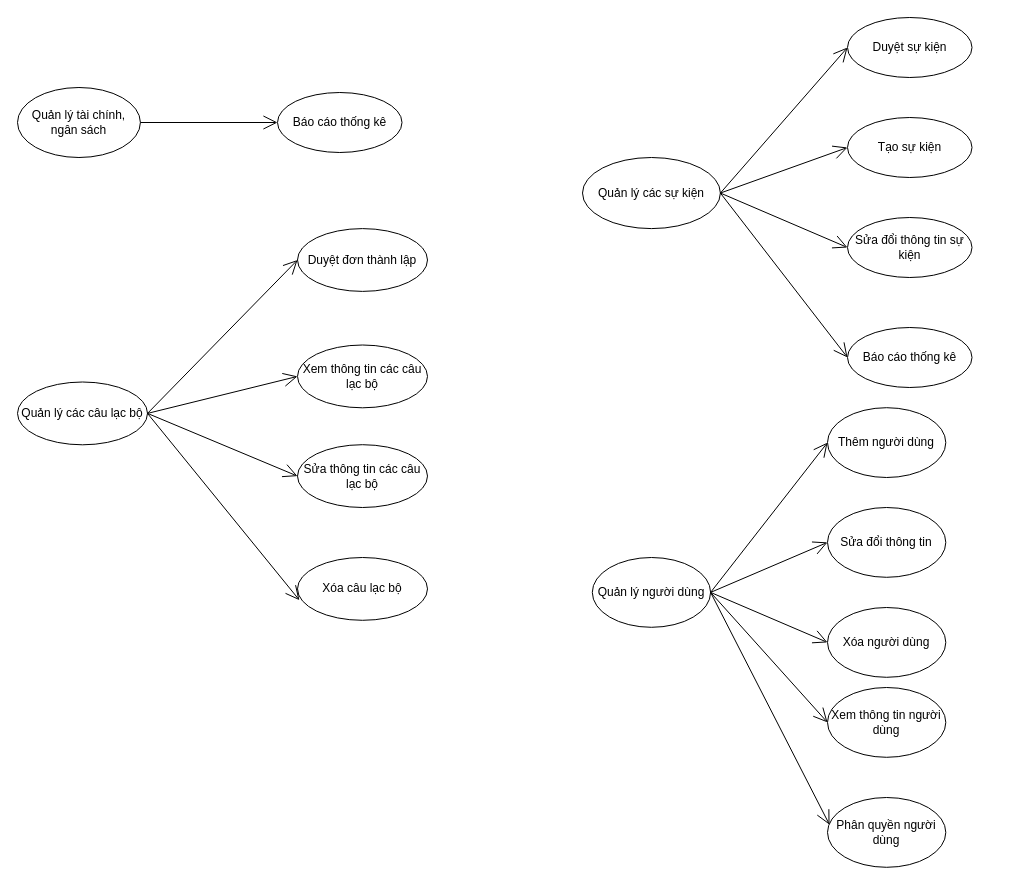
Above: page "event_content" (18 of 18) of Diagram.drawio in DnhTrn/finall_project (draw.io), before the change. Source tidied: cells renumbered, new cells numbered last; positions are measured from the earlier drawing's top-left corner, leaving out a move shared by most shapes. Both pictures are drawn from the tidied source at 100%, with x=0, y=0 at pixel (17, 17).
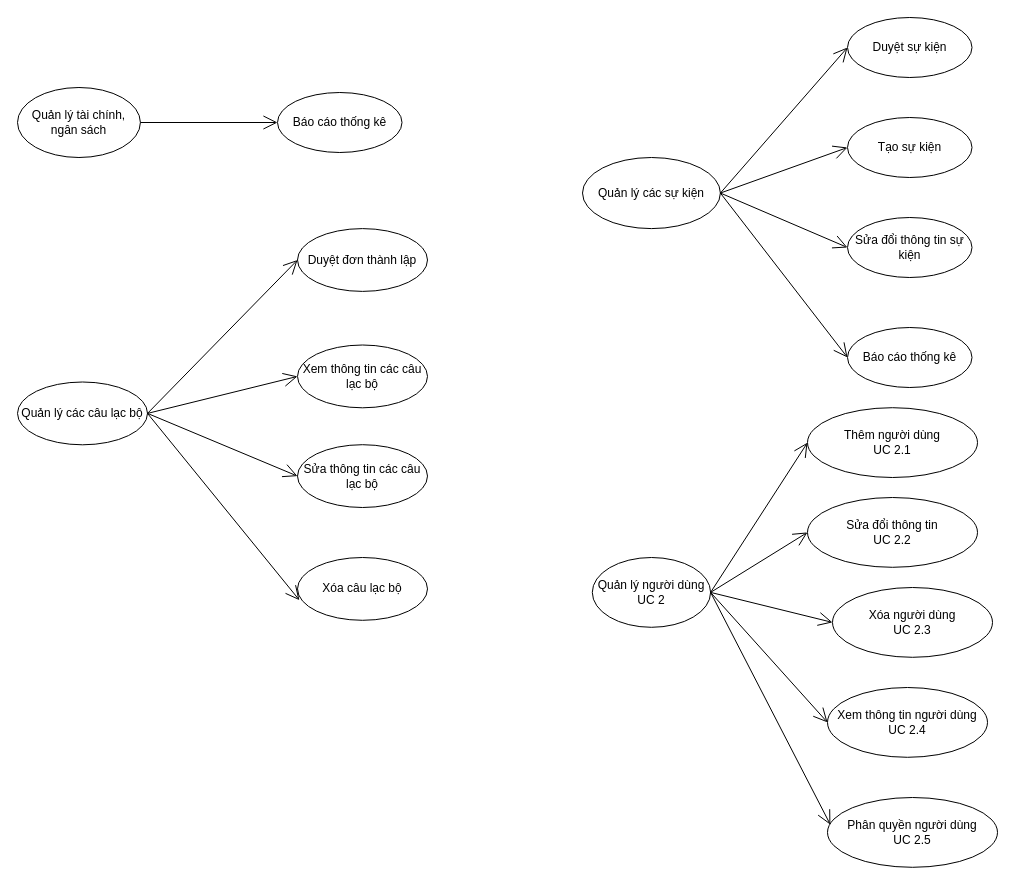
Above is the later version.

Commit message (it also covers changes not shown here):
Cập nhật Diagram.drawio

The edit, as a diff of the source:
```diff
@@
-    <mxCell id="14" value="Quản lý người dùng" style="ellipse;whiteSpace=wrap;html=1;" parent="1" vertex="1">
+    <mxCell id="14" value="Quản lý người dùng&lt;div&gt;UC 2&lt;/div&gt;" style="ellipse;whiteSpace=wrap;html=1;" parent="1" vertex="1">
       <mxGeometry x="574.8" y="540" width="118.3" height="69.8" as="geometry" />
     </mxCell>
-    <mxCell id="15" value="Thêm người dùng" style="ellipse;whiteSpace=wrap;html=1;" parent="1" vertex="1">
-      <mxGeometry x="810" y="390.2" width="118.3" height="69.8" as="geometry" />
+    <mxCell id="15" value="Thêm người dùng&lt;div&gt;UC 2.1&lt;/div&gt;" style="ellipse;whiteSpace=wrap;html=1;" parent="1" vertex="1">
+      <mxGeometry x="790" y="390.2" width="170" height="69.8" as="geometry" />
     </mxCell>
-    <mxCell id="16" value="Sửa đổi thông tin" style="ellipse;whiteSpace=wrap;html=1;" parent="1" vertex="1">
-      <mxGeometry x="810" y="490" width="118.3" height="69.8" as="geometry" />
+    <mxCell id="16" value="Sửa đổi thông tin&lt;div&gt;UC 2.2&lt;/div&gt;" style="ellipse;whiteSpace=wrap;html=1;" parent="1" vertex="1">
+      <mxGeometry x="790" y="480" width="170" height="69.8" as="geometry" />
     </mxCell>
-    <mxCell id="17" value="Xóa người dùng" style="ellipse;whiteSpace=wrap;html=1;" parent="1" vertex="1">
-      <mxGeometry x="810" y="590" width="118.3" height="69.8" as="geometry" />
+    <mxCell id="17" value="Xóa người dùng&lt;div&gt;UC 2.3&lt;/div&gt;" style="ellipse;whiteSpace=wrap;html=1;" parent="1" vertex="1">
+      <mxGeometry x="815" y="570" width="160" height="69.8" as="geometry" />
     </mxCell>
-    <mxCell id="18" value="Xem thông tin người dùng" style="ellipse;whiteSpace=wrap;html=1;" parent="1" vertex="1">
-      <mxGeometry x="810" y="670" width="118.3" height="69.8" as="geometry" />
+    <mxCell id="18" value="Xem thông tin người dùng&lt;div&gt;UC 2.4&lt;/div&gt;" style="ellipse;whiteSpace=wrap;html=1;" parent="1" vertex="1">
+      <mxGeometry x="810" y="670" width="160" height="69.8" as="geometry" />
     </mxCell>
@@
-    <mxCell id="28" value="Phân quyền người dùng" style="ellipse;whiteSpace=wrap;html=1;" parent="1" vertex="1">
-      <mxGeometry x="810" y="780" width="118.3" height="69.8" as="geometry" />
+    <mxCell id="28" value="Phân quyền người dùng&lt;div&gt;UC 2.5&lt;/div&gt;" style="ellipse;whiteSpace=wrap;html=1;" parent="1" vertex="1">
+      <mxGeometry x="810" y="780" width="170" height="69.8" as="geometry" />
     </mxCell>
```
